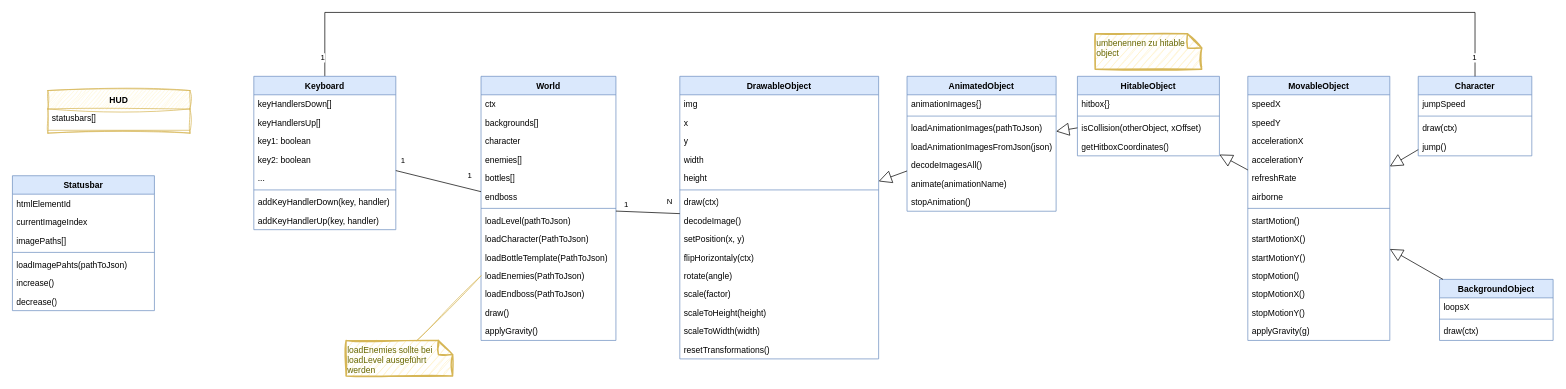
The draw.io diagram uml/classDiagram.drawio in ReinhardWansch/ElPolloLoco, before the edit. Source tidied: cells renumbered, new cells numbered last; positions are measured from the earlier drawing's top-left corner, leaving out a move shared by most shapes. Both pictures are drawn from the tidied source at 71%, with x=0, y=0 at pixel (12, 12).
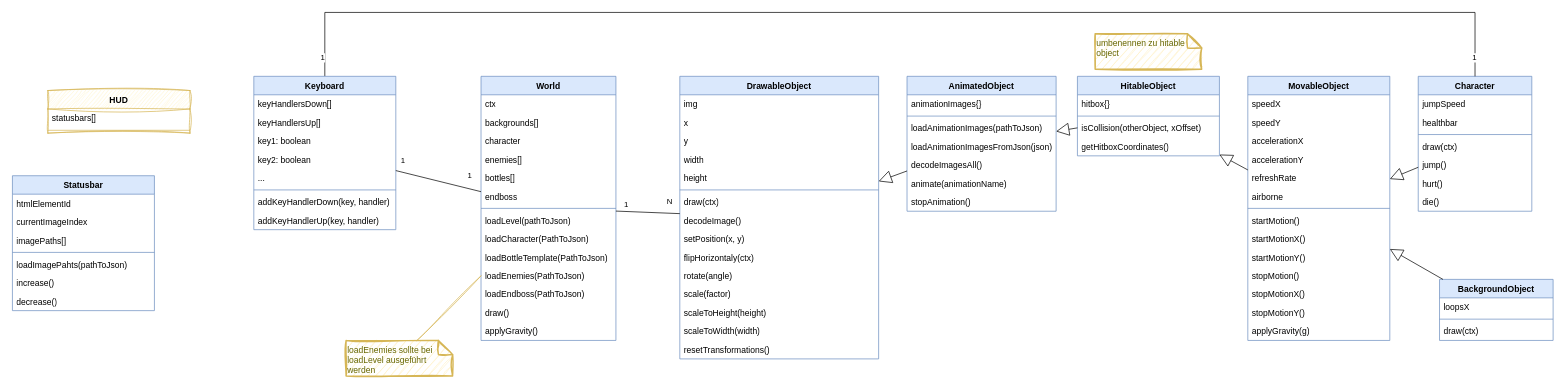
After the change.

What changed in the source:
```diff
@@
     <mxCell id="61" value="Character" style="swimlane;fontStyle=1;align=center;verticalAlign=top;horizontal=1;startSize=26;whiteSpace=wrap;html=1;fillColor=#dae8fc;strokeColor=#6c8ebf;" parent="1" vertex="1">
-      <mxGeometry x="1980" y="90" width="160" height="112" as="geometry" />
+      <mxGeometry x="1980" y="90" width="160" height="190" as="geometry" />
     </mxCell>
@@
+    <mxCell id="107" value="healthbar" style="text;strokeColor=none;fillColor=none;align=left;verticalAlign=top;spacingLeft=4;spacingRight=4;overflow=hidden;whiteSpace=wrap;html=1;" parent="61" vertex="1">
+      <mxGeometry y="52" width="160" height="26" as="geometry" />
+    </mxCell>
     <mxCell id="63" style="line;strokeWidth=1;fillColor=none;align=left;verticalAlign=middle;spacingTop=-1;spacingLeft=3;spacingRight=3;labelPosition=right;strokeColor=inherit;" parent="61" vertex="1">
-      <mxGeometry y="52" width="160" height="8" as="geometry" />
+      <mxGeometry y="78" width="160" height="8" as="geometry" />
     </mxCell>
     <mxCell id="64" value="draw(ctx)" style="text;strokeColor=none;fillColor=none;align=left;verticalAlign=top;spacingLeft=4;spacingRight=4;overflow=hidden;whiteSpace=wrap;html=1;" parent="61" vertex="1">
-      <mxGeometry y="60" width="160" height="26" as="geometry" />
+      <mxGeometry y="86" width="160" height="26" as="geometry" />
     </mxCell>
     <mxCell id="65" value="jump()" style="text;strokeColor=none;fillColor=none;align=left;verticalAlign=top;spacingLeft=4;spacingRight=4;overflow=hidden;whiteSpace=wrap;html=1;" parent="61" vertex="1">
-      <mxGeometry y="86" width="160" height="26" as="geometry" />
+      <mxGeometry y="112" width="160" height="26" as="geometry" />
     </mxCell>
+    <mxCell id="108" value="hurt()" style="text;strokeColor=none;fillColor=none;align=left;verticalAlign=top;spacingLeft=4;spacingRight=4;overflow=hidden;whiteSpace=wrap;html=1;" parent="61" vertex="1">
+      <mxGeometry y="138" width="160" height="26" as="geometry" />
+    </mxCell>
+    <mxCell id="109" value="die()" style="text;strokeColor=none;fillColor=none;align=left;verticalAlign=top;spacingLeft=4;spacingRight=4;overflow=hidden;whiteSpace=wrap;html=1;" parent="61" vertex="1">
+      <mxGeometry y="164" width="160" height="26" as="geometry" />
+    </mxCell>
```
